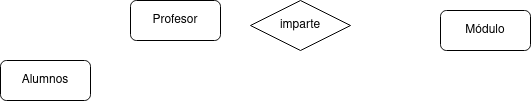
Earlier version of the draw.io export Unidad-1/Tareas/Tarea-4/Ejercicio5.drawio.png (LuisMGlez/base-datos). Source tidied: cells renumbered, new cells last; positions are measured from the earlier drawing's top-left corner, leaving out a move shared by most shapes.
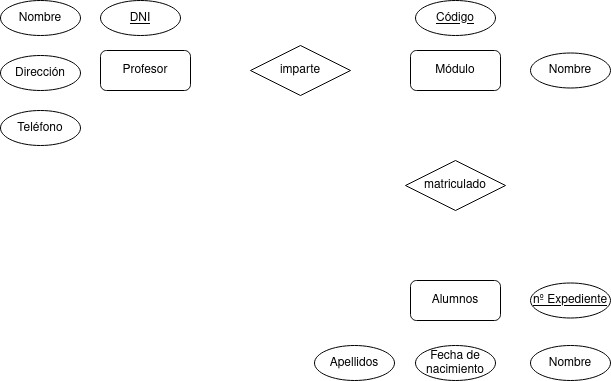
Above is the later version.

Change to the diagram source:
```diff
@@ -3,16 +3,49 @@
     <mxCell id="0" />
     <mxCell id="1" parent="0" />
     <mxCell id="2" value="Profesor" style="rounded=1;whiteSpace=wrap;html=1;" parent="1" vertex="1">
-      <mxGeometry x="130" width="90" height="40" as="geometry" />
+      <mxGeometry x="120" y="80" width="90" height="40" as="geometry" />
     </mxCell>
     <mxCell id="3" value="Alumnos" style="rounded=1;whiteSpace=wrap;html=1;" parent="1" vertex="1">
-      <mxGeometry y="60" width="90" height="40" as="geometry" />
+      <mxGeometry x="430" y="310" width="90" height="40" as="geometry" />
     </mxCell>
     <mxCell id="4" value="Módulo" style="rounded=1;whiteSpace=wrap;html=1;" parent="1" vertex="1">
-      <mxGeometry x="440" y="10" width="90" height="40" as="geometry" />
+      <mxGeometry x="430" y="80" width="90" height="40" as="geometry" />
     </mxCell>
     <mxCell id="5" value="imparte" style="rhombus;whiteSpace=wrap;html=1;" parent="1" vertex="1">
-      <mxGeometry x="250" width="100" height="50" as="geometry" />
+      <mxGeometry x="270" y="75" width="100" height="50" as="geometry" />
     </mxCell>
+    <mxCell id="6" value="matriculado" style="rhombus;whiteSpace=wrap;html=1;" parent="1" vertex="1">
+      <mxGeometry x="425" y="190" width="100" height="50" as="geometry" />
+    </mxCell>
+    <mxCell id="7" value="&lt;u&gt;Código&lt;/u&gt;" style="ellipse;whiteSpace=wrap;html=1;" parent="1" vertex="1">
+      <mxGeometry x="435" y="30" width="80" height="35" as="geometry" />
+    </mxCell>
+    <mxCell id="8" value="Fecha de nacimiento" style="ellipse;whiteSpace=wrap;html=1;" parent="1" vertex="1">
+      <mxGeometry x="435" y="375" width="80" height="35" as="geometry" />
+    </mxCell>
+    <mxCell id="9" value="Apellidos" style="ellipse;whiteSpace=wrap;html=1;" parent="1" vertex="1">
+      <mxGeometry x="334" y="375" width="80" height="35" as="geometry" />
+    </mxCell>
+    <mxCell id="10" value="&lt;u&gt;nº Expediente&lt;/u&gt;" style="ellipse;whiteSpace=wrap;html=1;" parent="1" vertex="1">
+      <mxGeometry x="550" y="312.5" width="80" height="35" as="geometry" />
+    </mxCell>
+    <mxCell id="11" value="Teléfono" style="ellipse;whiteSpace=wrap;html=1;" parent="1" vertex="1">
+      <mxGeometry x="20" y="140" width="80" height="35" as="geometry" />
+    </mxCell>
+    <mxCell id="12" value="Dirección" style="ellipse;whiteSpace=wrap;html=1;" parent="1" vertex="1">
+      <mxGeometry x="20" y="85" width="80" height="35" as="geometry" />
+    </mxCell>
+    <mxCell id="13" value="&lt;u&gt;DNI&lt;/u&gt;" style="ellipse;whiteSpace=wrap;html=1;" parent="1" vertex="1">
+      <mxGeometry x="120" y="30" width="80" height="35" as="geometry" />
+    </mxCell>
+    <mxCell id="14" value="Nombre" style="ellipse;whiteSpace=wrap;html=1;" parent="1" vertex="1">
+      <mxGeometry x="20" y="30" width="80" height="35" as="geometry" />
+    </mxCell>
+    <mxCell id="15" value="Nombre" style="ellipse;whiteSpace=wrap;html=1;" parent="1" vertex="1">
+      <mxGeometry x="550" y="82.5" width="80" height="35" as="geometry" />
+    </mxCell>
+    <mxCell id="16" value="Nombre" style="ellipse;whiteSpace=wrap;html=1;" parent="1" vertex="1">
+      <mxGeometry x="550" y="375" width="80" height="35" as="geometry" />
+    </mxCell>
   </root>
 </mxGraphModel>
```
